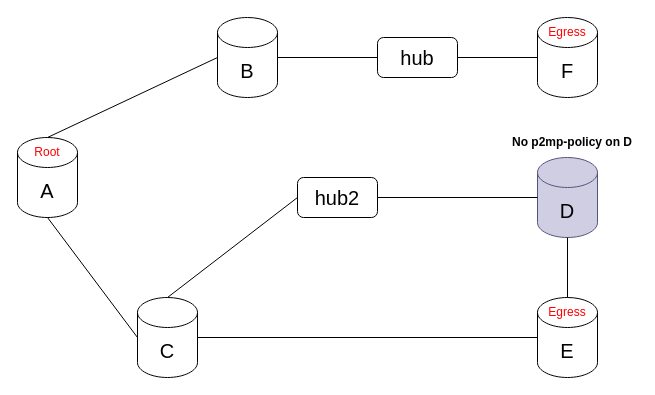
yangzi326/Python keeps this draw.io diagram as p2mp.drawio. Above is the earlier version. Source tidied: cells renumbered, new cells numbered last; positions are measured from the earlier drawing's top-left corner, leaving out a move shared by most shapes. Both pictures are drawn from the tidied source at 100%, with x=0, y=0 at pixel (17, 17).
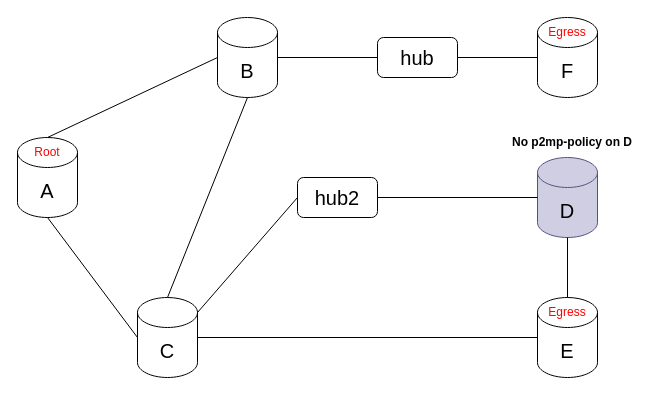
Above is the later version.

Unchanged cells that the change refers to:
```xml
<mxCell id="4" value="&lt;font style=&quot;font-size: 20px;&quot;&gt;C&lt;/font&gt;" style="shape=cylinder3;whiteSpace=wrap;html=1;boundedLbl=1;backgroundOutline=1;size=15;" parent="1" vertex="1">
  <mxGeometry x="120" y="280" width="60" height="80" as="geometry" />
</mxCell>
<mxCell id="21" value="&lt;font style=&quot;font-size: 20px;&quot;&gt;hub2&lt;/font&gt;" style="rounded=1;whiteSpace=wrap;html=1;" parent="1" vertex="1">
  <mxGeometry x="280" y="160" width="80" height="40" as="geometry" />
</mxCell>
```

Diff of the diagram source:
```diff
@@
-    <mxCell id="13" style="endArrow=none;html=1;rounded=0;entryX=0;entryY=0.5;entryDx=0;entryDy=0;" parent="1" edge="1" target="21">
-      <mxGeometry relative="1" as="geometry">
-        <mxPoint x="150" y="280" as="sourcePoint" />
-      </mxGeometry>
+    <mxCell id="13" style="endArrow=none;html=1;rounded=0;entryX=0;entryY=0.5;entryDx=0;entryDy=0;exitX=1;exitY=0;exitDx=0;exitDy=15;exitPerimeter=0;" parent="1" edge="1" source="4" target="21">
+      <mxGeometry relative="1" as="geometry" />
     </mxCell>
@@
+    <mxCell id="23" style="endArrow=none;html=1;rounded=0;exitX=0.5;exitY=0;exitDx=0;exitDy=0;exitPerimeter=0;" parent="1" edge="1" source="4">
+      <mxGeometry relative="1" as="geometry">
+        <mxPoint x="230" y="80" as="targetPoint" />
+      </mxGeometry>
+    </mxCell>
```
